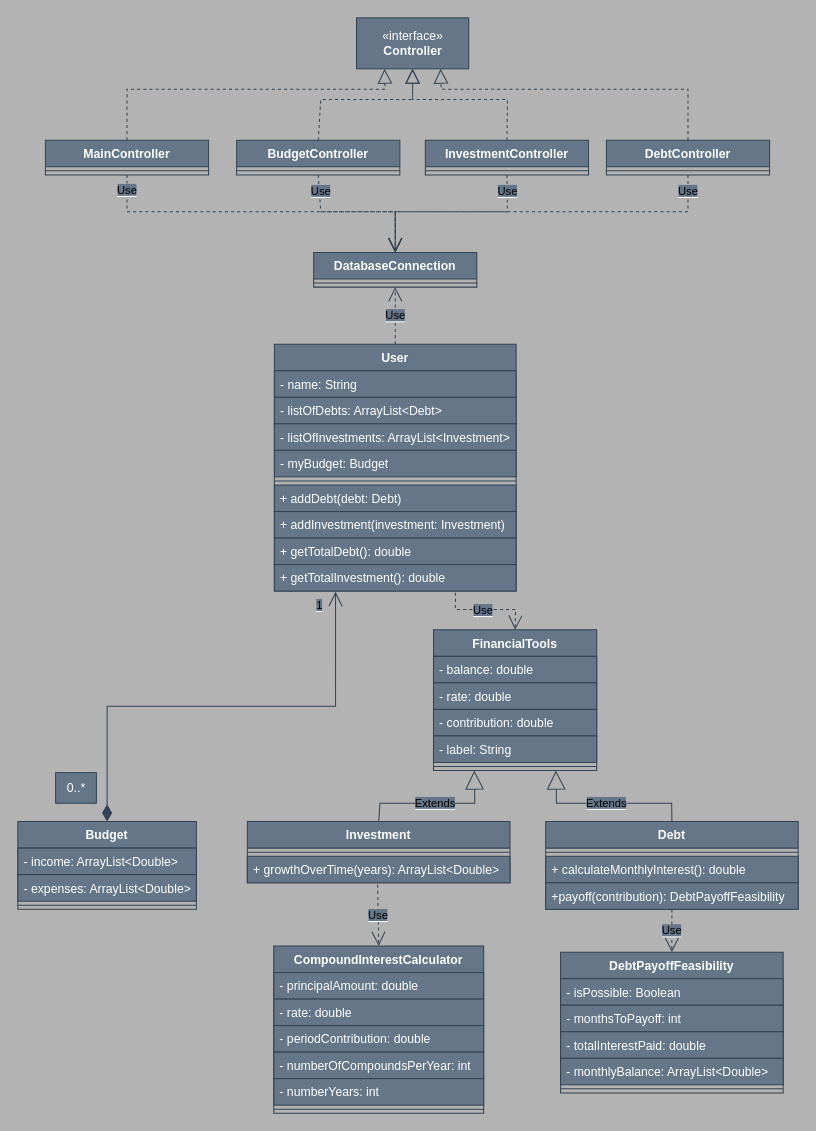
Earlier version of the draw.io diagram docs/uml/class-diagram.drawio (yattayattamatata/Trajectory). Source tidied: cells renumbered, new cells numbered last; positions are measured from the earlier drawing's top-left corner, leaving out a move shared by most shapes. Both pictures are drawn from the tidied source at 102%, with x=0, y=0 at pixel (17, 17).
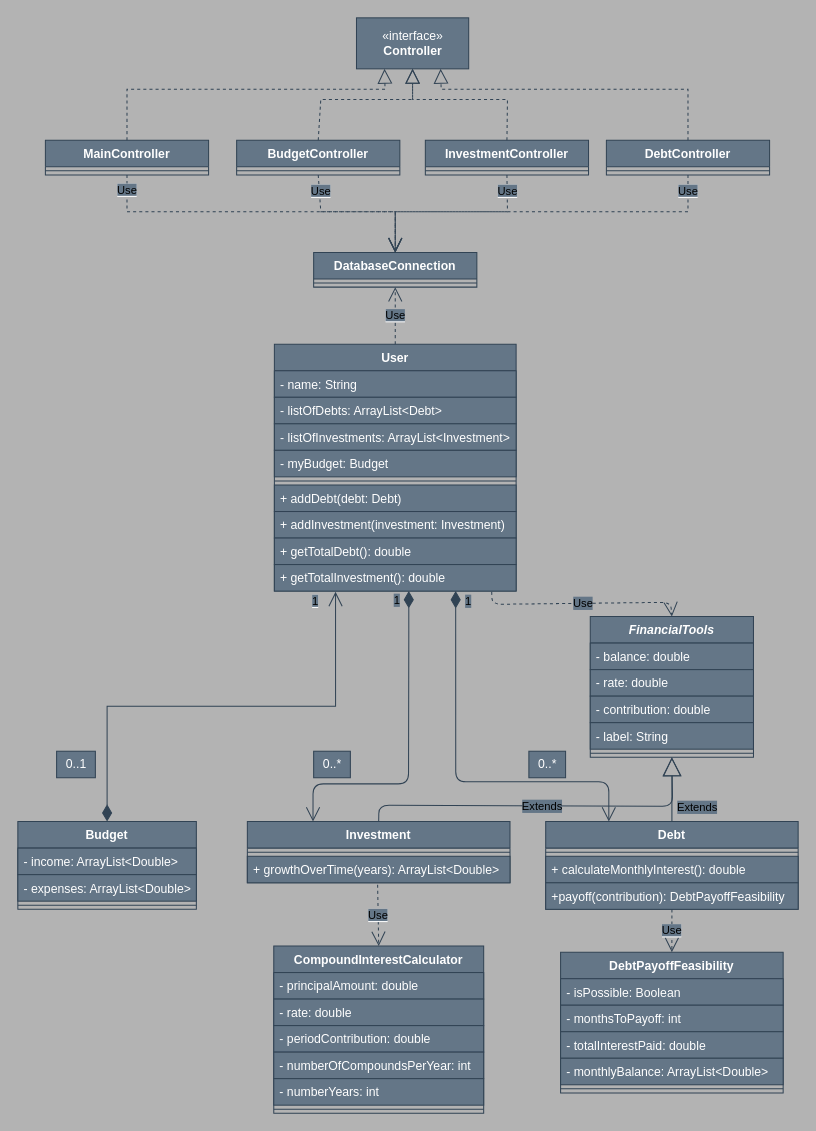
The same page after the edit.

Unchanged cells that the change refers to:
```xml
<mxCell id="8" value="Budget" style="swimlane;fontStyle=1;align=center;verticalAlign=top;horizontal=1;startSize=26;rounded=0;fillColor=#647687;fontColor=#ffffff;strokeColor=#314354;" parent="1" vertex="1">
  <mxGeometry y="788" width="175" height="86" as="geometry" />
</mxCell>
<mxCell id="12" value="Debt" style="swimlane;fontStyle=1;align=center;verticalAlign=top;horizontal=1;startSize=26;rounded=0;fillColor=#647687;fontColor=#ffffff;strokeColor=#314354;" parent="1" vertex="1">
  <mxGeometry x="517.5" y="788" width="247.5" height="86" as="geometry" />
</mxCell>
<mxCell id="38" value="User" style="swimlane;fontStyle=1;align=center;verticalAlign=top;horizontal=1;startSize=26;rounded=0;fillColor=#647687;fontColor=#ffffff;strokeColor=#314354;" parent="1" vertex="1">
  <mxGeometry x="251.5" y="320" width="237" height="242" as="geometry" />
</mxCell>
<mxCell id="47" value="+ getTotalInvestment(): double" style="text;strokeColor=#314354;fillColor=#647687;align=left;verticalAlign=top;spacingLeft=4;spacingRight=4;overflow=hidden;points=[[0,0.5],[1,0.5]];portConstraint=eastwest;rounded=0;fontColor=#ffffff;" parent="38" vertex="1">
  <mxGeometry y="216" width="237" height="26" as="geometry" />
</mxCell>
<mxCell id="61" value="Investment" style="swimlane;fontStyle=1;align=center;verticalAlign=top;horizontal=1;startSize=26;rounded=0;fillColor=#647687;fontColor=#ffffff;strokeColor=#314354;" parent="1" vertex="1">
  <mxGeometry x="225" y="788" width="257.5" height="60" as="geometry" />
</mxCell>
```

What changed in the source:
```diff
@@
-    <mxCell id="2" value="FinancialTools" style="swimlane;fontStyle=1;align=center;verticalAlign=top;horizontal=1;startSize=26;rounded=0;fillColor=#647687;fontColor=#ffffff;strokeColor=#314354;" parent="1" vertex="1">
-      <mxGeometry x="407.5" y="600" width="160" height="138" as="geometry" />
+    <mxCell id="2" value="FinancialTools" style="swimlane;fontStyle=3;align=center;verticalAlign=top;horizontal=1;startSize=26;rounded=0;fillColor=#647687;fontColor=#ffffff;strokeColor=#314354;" parent="1" vertex="1">
+      <mxGeometry x="561.2" y="587" width="160" height="138" as="geometry" />
     </mxCell>
@@
-    <mxCell id="48" value="&lt;span style=&quot;background-color: rgb(100, 118, 135);&quot;&gt;Extends&lt;/span&gt;" style="endArrow=block;endSize=16;endFill=0;html=1;entryX=0.25;entryY=1;entryDx=0;entryDy=0;exitX=0.5;exitY=0;exitDx=0;exitDy=0;rounded=0;fillColor=#647687;strokeColor=#314354;" parent="1" edge="1" source="61" target="2">
-      <mxGeometry relative="1" as="geometry">
-        <Array as="points">
-          <mxPoint x="355" y="770" />
-          <mxPoint x="448" y="770" />
-        </Array>
-      </mxGeometry>
-    </mxCell>
-    <mxCell id="49" value="&lt;span style=&quot;background-color: rgb(100, 118, 135);&quot;&gt;Extends&lt;/span&gt;" style="endArrow=block;endSize=16;endFill=0;html=1;entryX=0.75;entryY=1;entryDx=0;entryDy=0;exitX=0.5;exitY=0;exitDx=0;exitDy=0;rounded=0;fillColor=#647687;strokeColor=#314354;" parent="1" edge="1" source="12" target="2">
-      <mxGeometry relative="1" as="geometry">
-        <Array as="points">
-          <mxPoint x="641" y="770" />
-          <mxPoint x="528" y="770" />
-        </Array>
-      </mxGeometry>
-    </mxCell>
     <mxCell id="50" value="&lt;span style=&quot;background-color: rgb(100, 118, 135);&quot;&gt;1&lt;/span&gt;" style="endArrow=open;html=1;endSize=12;startArrow=diamondThin;startSize=14;startFill=1;edgeStyle=orthogonalEdgeStyle;align=left;verticalAlign=bottom;exitX=0.5;exitY=0;exitDx=0;exitDy=0;entryX=0.253;entryY=1.026;entryDx=0;entryDy=0;entryPerimeter=0;rounded=0;fillColor=#647687;strokeColor=#314354;" parent="1" edge="1" source="8" target="47">
-      <mxGeometry x="0.9" y="20" relative="1" as="geometry" />
+      <mxGeometry x="0.92" y="24" relative="1" as="geometry" />
     </mxCell>
-    <mxCell id="51" value="0..*" style="text;html=1;align=center;verticalAlign=middle;strokeColor=#314354;fillColor=#647687;rounded=0;fontColor=#ffffff;" parent="1" vertex="1">
-      <mxGeometry x="37" y="740" width="40" height="30" as="geometry" />
+    <mxCell id="51" value="0..1" style="text;html=1;align=center;verticalAlign=middle;strokeColor=#314354;fillColor=#647687;rounded=0;fontColor=#ffffff;" parent="1" vertex="1">
+      <mxGeometry x="38" y="719" width="38" height="26" as="geometry" />
     </mxCell>
@@
-    <mxCell id="60" value="&lt;span style=&quot;background-color: rgb(100, 118, 135);&quot;&gt;Use&lt;/span&gt;" style="endArrow=open;endSize=12;dashed=1;html=1;entryX=0.5;entryY=0;entryDx=0;entryDy=0;exitX=0.749;exitY=1.061;exitDx=0;exitDy=0;exitPerimeter=0;rounded=0;fillColor=#647687;strokeColor=#314354;" parent="1" edge="1" source="47" target="2">
-      <mxGeometry x="-0.09" y="-1" relative="1" as="geometry">
-        <Array as="points">
-          <mxPoint x="429" y="580" />
-          <mxPoint x="488" y="580" />
-        </Array>
-      </mxGeometry>
-    </mxCell>
@@
+    <mxCell id="69" value="1" style="endArrow=open;html=1;endSize=12;startArrow=diamondThin;startSize=14;startFill=1;edgeStyle=orthogonalEdgeStyle;align=left;verticalAlign=bottom;labelBackgroundColor=#647687;entryX=0.25;entryY=0;entryDx=0;entryDy=0;exitX=0.556;exitY=0.997;exitDx=0;exitDy=0;exitPerimeter=0;fillColor=#647687;strokeColor=#314354;" parent="1" edge="1" source="47" target="61">
+      <mxGeometry x="-0.89" y="-16" relative="1" as="geometry">
+        <Array as="points">
+          <mxPoint x="383" y="601" />
+          <mxPoint x="383" y="601" />
+          <mxPoint x="383" y="751" />
+          <mxPoint x="289" y="751" />
+          <mxPoint x="289" y="788" />
+        </Array>
+      </mxGeometry>
+    </mxCell>
+    <mxCell id="70" value="0..*" style="text;html=1;align=center;verticalAlign=middle;strokeColor=#314354;fillColor=#647687;fontColor=#ffffff;" parent="1" vertex="1">
+      <mxGeometry x="290" y="719" width="36" height="26" as="geometry" />
+    </mxCell>
+    <mxCell id="71" value="1" style="endArrow=open;html=1;endSize=12;startArrow=diamondThin;startSize=14;startFill=1;edgeStyle=orthogonalEdgeStyle;align=left;verticalAlign=bottom;labelBackgroundColor=#647687;entryX=0.25;entryY=0;entryDx=0;entryDy=0;exitX=0.75;exitY=1;exitDx=0;exitDy=0;fillColor=#647687;strokeColor=#314354;" parent="1" edge="1" source="38" target="12">
+      <mxGeometry x="-0.9" y="8" relative="1" as="geometry">
+        <Array as="points">
+          <mxPoint x="429" y="749" />
+          <mxPoint x="579" y="749" />
+        </Array>
+      </mxGeometry>
+    </mxCell>
+    <mxCell id="72" value="0..*" style="text;html=1;align=center;verticalAlign=middle;strokeColor=#314354;fillColor=#647687;fontColor=#ffffff;" parent="1" vertex="1">
+      <mxGeometry x="501" y="719" width="36" height="26" as="geometry" />
+    </mxCell>
+    <mxCell id="49" value="Extends" style="endArrow=block;endSize=16;endFill=0;html=1;labelBackgroundColor=#647687;exitX=0.5;exitY=0;exitDx=0;exitDy=0;entryX=0.5;entryY=1;entryDx=0;entryDy=0;fillColor=#647687;strokeColor=#314354;" parent="1" edge="1" source="12" target="2">
+      <mxGeometry x="-0.56" y="-25" relative="1" as="geometry" />
+    </mxCell>
+    <mxCell id="48" value="Extends" style="endArrow=block;endSize=16;endFill=0;html=1;labelBackgroundColor=#647687;exitX=0.5;exitY=0;exitDx=0;exitDy=0;entryX=0.5;entryY=1;entryDx=0;entryDy=0;fillColor=#647687;strokeColor=#314354;" parent="1" edge="1" source="61" target="2">
+      <mxGeometry relative="1" as="geometry">
+        <Array as="points">
+          <mxPoint x="354" y="772" />
+          <mxPoint x="642" y="773" />
+        </Array>
+      </mxGeometry>
+    </mxCell>
+    <mxCell id="60" value="Use" style="endArrow=open;endSize=12;dashed=1;html=1;labelBackgroundColor=#647687;exitX=0.899;exitY=1.027;exitDx=0;exitDy=0;entryX=0.5;entryY=0;entryDx=0;entryDy=0;fillColor=#647687;strokeColor=#314354;exitPerimeter=0;" parent="1" edge="1" source="47" target="2">
+      <mxGeometry relative="1" as="geometry">
+        <Array as="points">
+          <mxPoint x="465" y="575" />
+          <mxPoint x="640" y="573" />
+        </Array>
+      </mxGeometry>
+    </mxCell>
```
